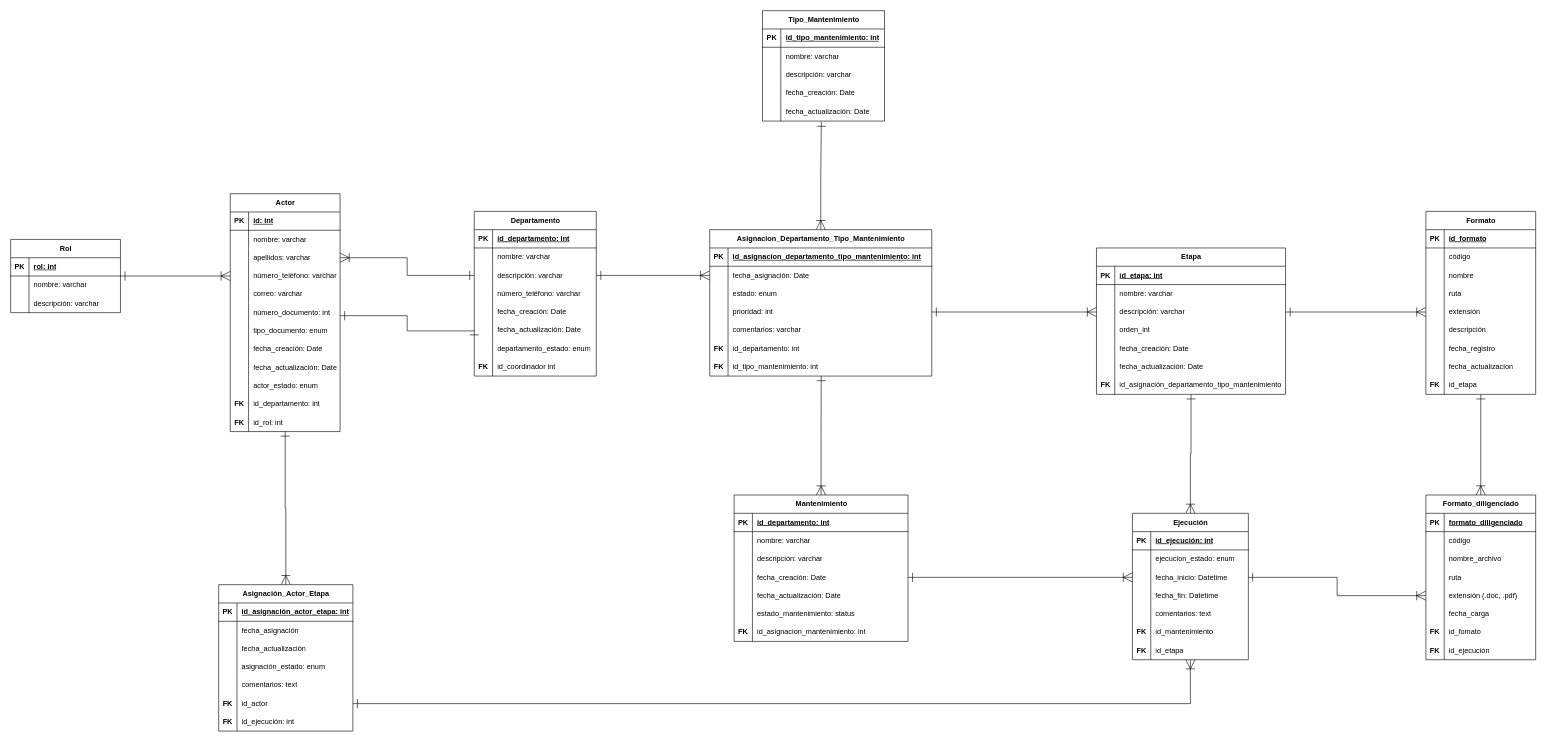
DevKike/maintenance_management_system keeps this draw.io diagram as Relational model.drawio. Above is the earlier version. Source tidied: cells renumbered, new cells numbered last; positions are measured from the earlier drawing's top-left corner, leaving out a move shared by most shapes. Both pictures are drawn from the tidied source at 61%, with x=0, y=0 at pixel (10, 10).
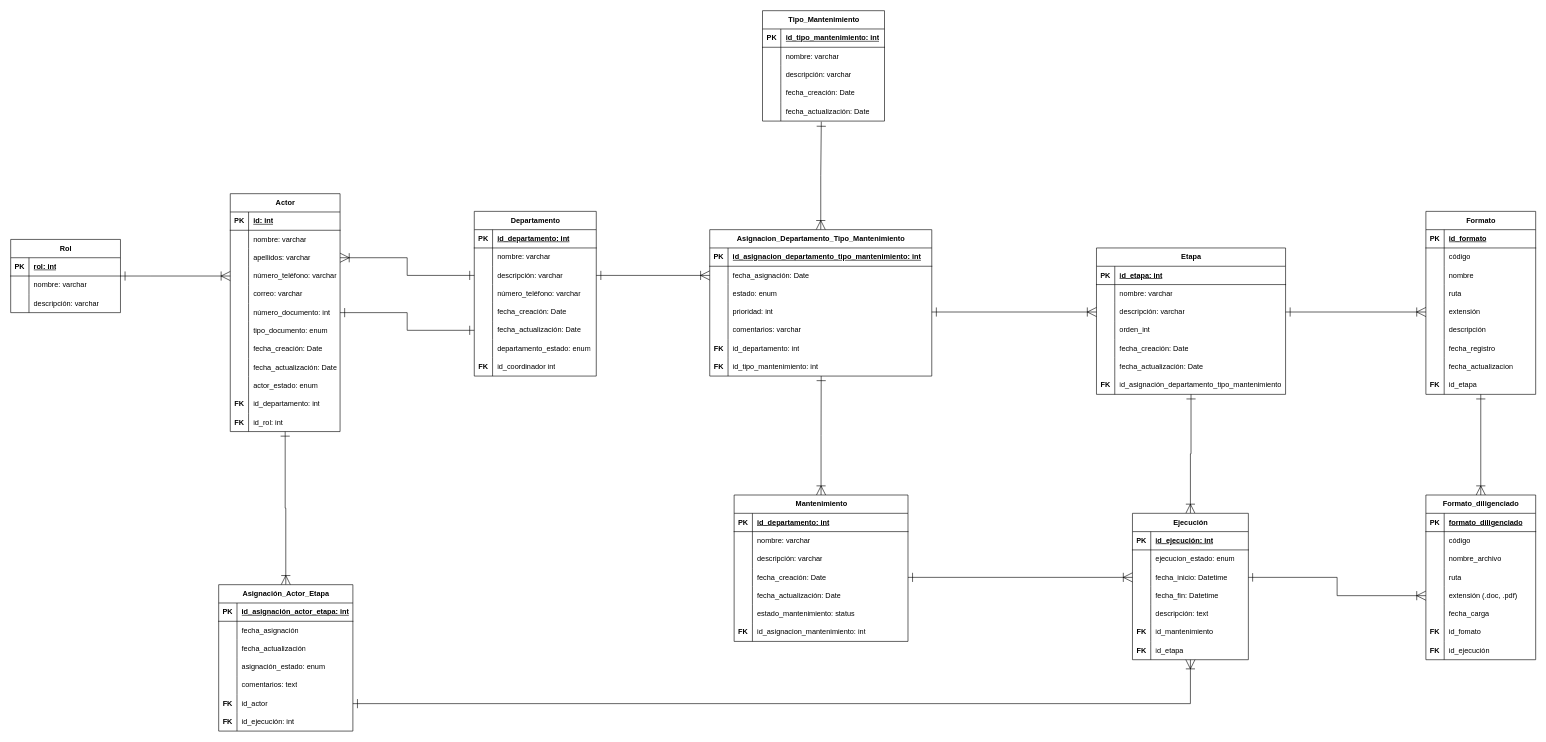
Above is the later version.

The change refers to these unchanged cells:
```xml
<mxCell id="80" style="shape=tableRow;horizontal=0;startSize=0;swimlaneHead=0;swimlaneBody=0;fillColor=none;points=[[0,0.5],[1,0.5]];portConstraint=eastwest;top=0;left=0;right=0;bottom=0;" parent="64" vertex="1">
  <mxGeometry y="180" width="200" height="30" as="geometry" />
</mxCell>
<mxCell id="106" style="shape=tableRow;horizontal=0;startSize=0;swimlaneHead=0;swimlaneBody=0;fillColor=none;points=[[0,0.5],[1,0.5]];portConstraint=eastwest;top=0;left=0;right=0;bottom=0;" parent="90" vertex="1">
  <mxGeometry y="180" width="180" height="30" as="geometry" />
</mxCell>
<mxCell id="255" style="shape=tableRow;horizontal=0;startSize=0;swimlaneHead=0;swimlaneBody=0;fillColor=none;top=0;left=0;right=0;bottom=0;" parent="242" vertex="1">
  <mxGeometry y="150" width="190" height="30" as="geometry" />
</mxCell>
```

The edit, as a diff of the source:
```diff
@@
-    <mxCell id="193" style="edgeStyle=orthogonalEdgeStyle;rounded=0;jettySize=auto;html=1;startArrow=ERone;startFill=0;endArrow=ERone;endFill=0;endSize=13;startSize=13;exitX=0;exitY=0.5;exitDx=0;exitDy=0;" parent="1" edge="1" source="80" target="106">
-      <mxGeometry relative="1" as="geometry">
-        <Array as="points">
-          <mxPoint x="650" y="525" />
-          <mxPoint x="650" y="500" />
-        </Array>
-      </mxGeometry>
+    <mxCell id="193" style="rounded=0;jettySize=auto;html=1;startArrow=ERone;startFill=0;endArrow=ERone;endFill=0;endSize=13;startSize=13;exitX=0;exitY=0.5;exitDx=0;exitDy=0;edgeStyle=orthogonalEdgeStyle;" parent="1" edge="1" source="80" target="106">
+      <mxGeometry relative="1" as="geometry" />
     </mxCell>
@@
-    <mxCell id="257" value="comentarios: text" style="shape=partialRectangle;fillColor=none;top=0;left=0;bottom=0;right=0;align=left;spacingLeft=6;overflow=hidden;whiteSpace=wrap;html=1;" parent="255" vertex="1">
+    <mxCell id="257" value="descripción: text" style="shape=partialRectangle;fillColor=none;top=0;left=0;bottom=0;right=0;align=left;spacingLeft=6;overflow=hidden;whiteSpace=wrap;html=1;" parent="255" vertex="1">
       <mxGeometry x="30" width="160" height="30" as="geometry" />
     </mxCell>
```
